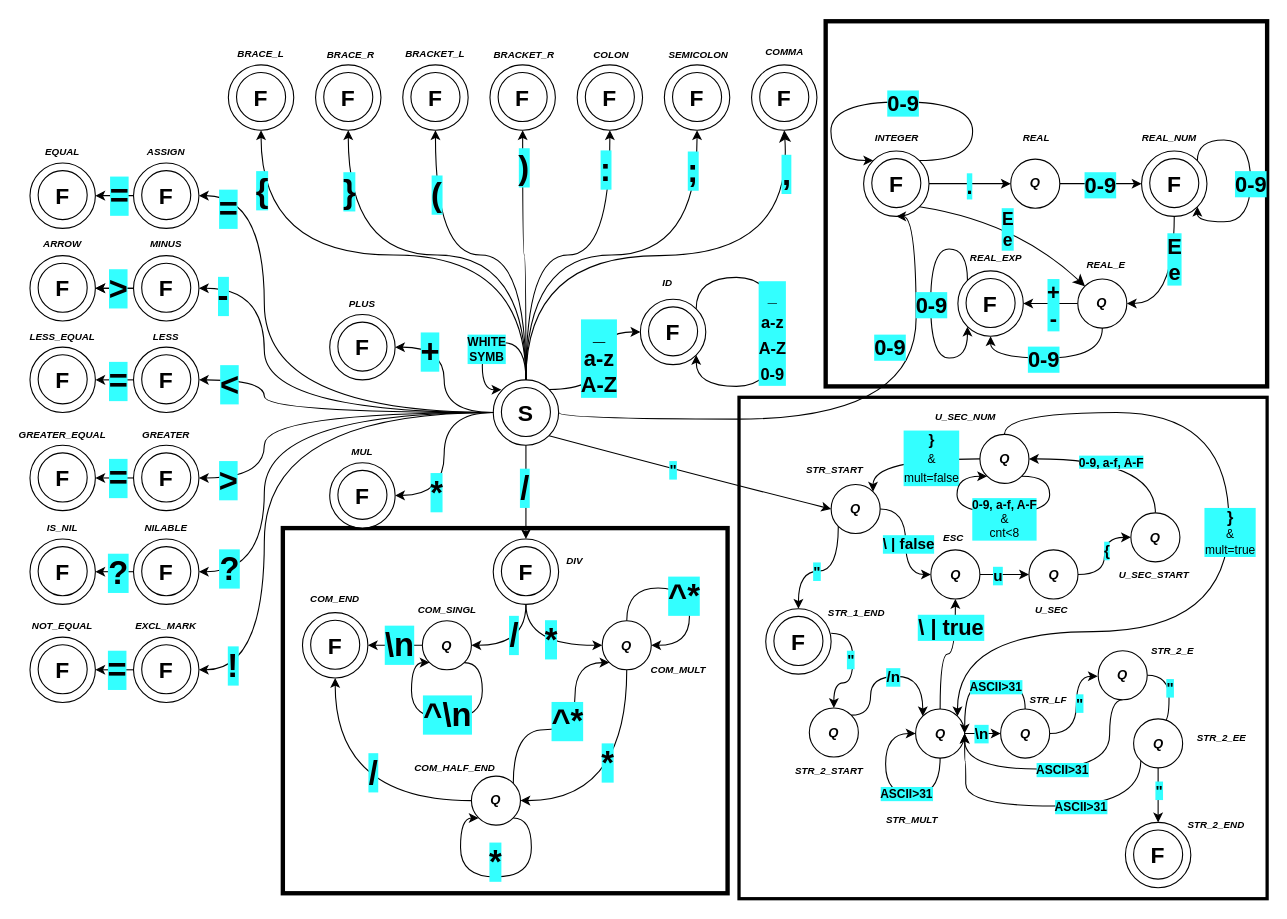
xshche05/IFJ-2023-project-compiler keeps this draw.io diagram as lexer.drawio. Above is the earlier version. Source tidied: cells renumbered, new cells numbered last; positions are measured from the earlier drawing's top-left corner, leaving out a move shared by most shapes. Both pictures are drawn from the tidied source at 109%, with x=0, y=0 at pixel (29, 21).
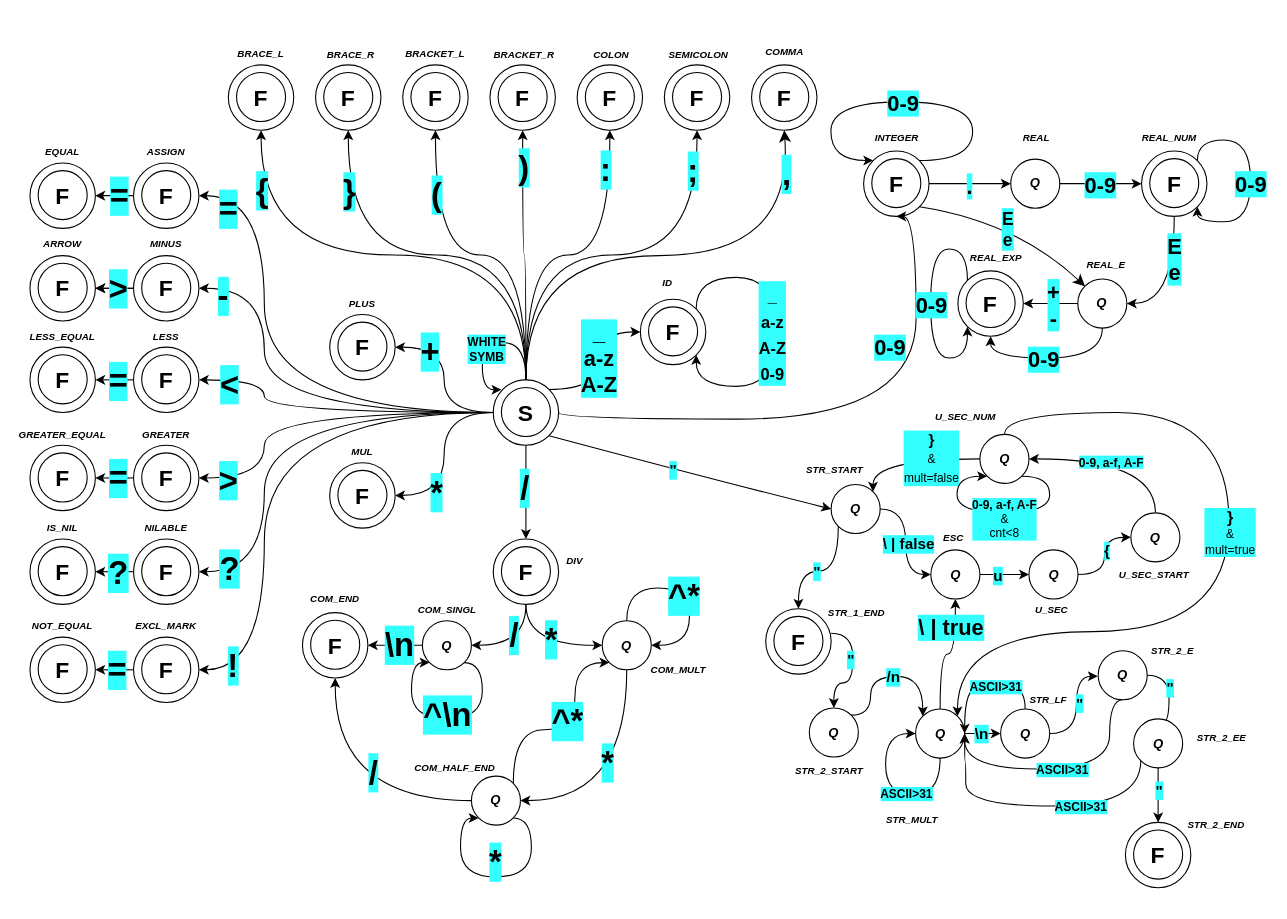
After the change.

Commit message:
Final without lines

The edit, as a diff of the source:
```diff
@@
-    <mxCell id="2" style="rounded=0;whiteSpace=wrap;html=1;fillColor=none;strokeWidth=4;" parent="1" vertex="1">
+    <mxCell id="2" style="rounded=0;whiteSpace=wrap;html=1;fillColor=none;strokeWidth=4;strokeColor=none;" parent="1" vertex="1">
       <mxGeometry x="232" y="465" width="408" height="335" as="geometry" />
     </mxCell>
-    <mxCell id="3" style="rounded=0;whiteSpace=wrap;html=1;fillColor=none;strokeWidth=4;" parent="1" vertex="1">
+    <mxCell id="3" style="rounded=0;whiteSpace=wrap;html=1;fillColor=none;strokeWidth=4;strokeColor=none;" parent="1" vertex="1">
       <mxGeometry x="730" width="405" height="335" as="geometry" />
     </mxCell>
-    <mxCell id="4" style="rounded=0;whiteSpace=wrap;html=1;fillColor=none;strokeWidth=3;" parent="1" vertex="1">
+    <mxCell id="4" style="rounded=0;whiteSpace=wrap;html=1;fillColor=none;strokeWidth=3;strokeColor=none;" parent="1" vertex="1">
       <mxGeometry x="650.5" y="345" width="484.5" height="460" as="geometry" />
     </mxCell>
```
